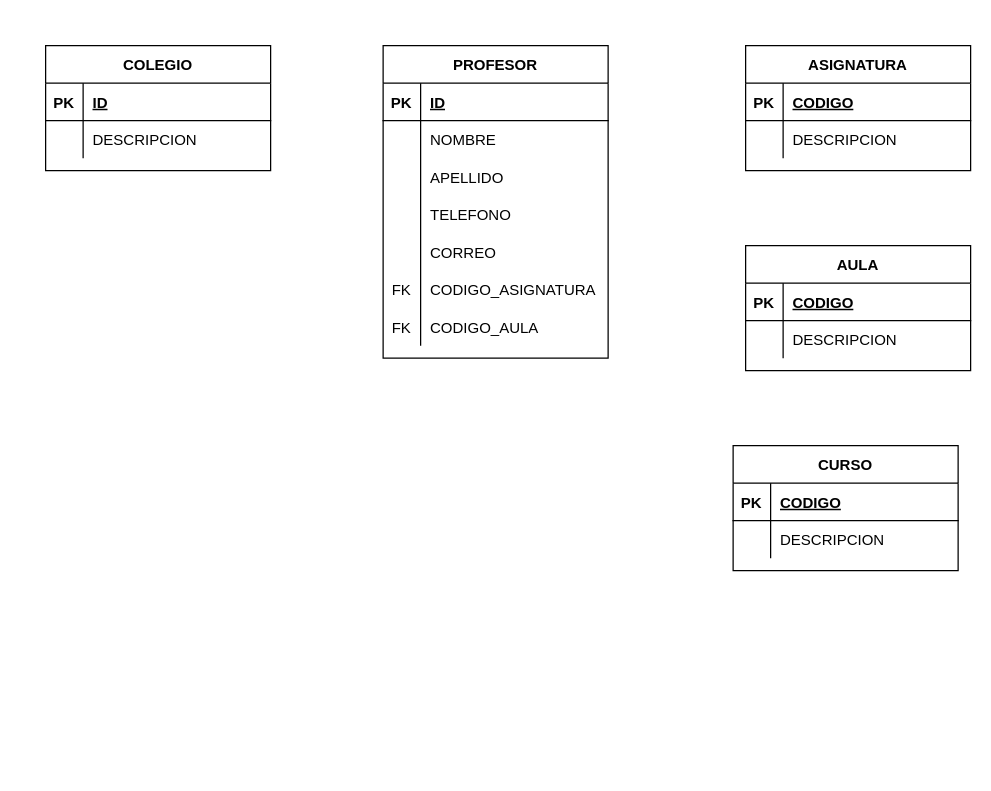
Before: prestamo.drawio in sebastian405/normalizacion, a draw.io diagram. Source tidied: cells renumbered, new cells numbered last; positions are measured from the earlier drawing's top-left corner, leaving out a move shared by most shapes. Both pictures are drawn from the tidied source at 125%, with x=0, y=0 at pixel (45, 45).
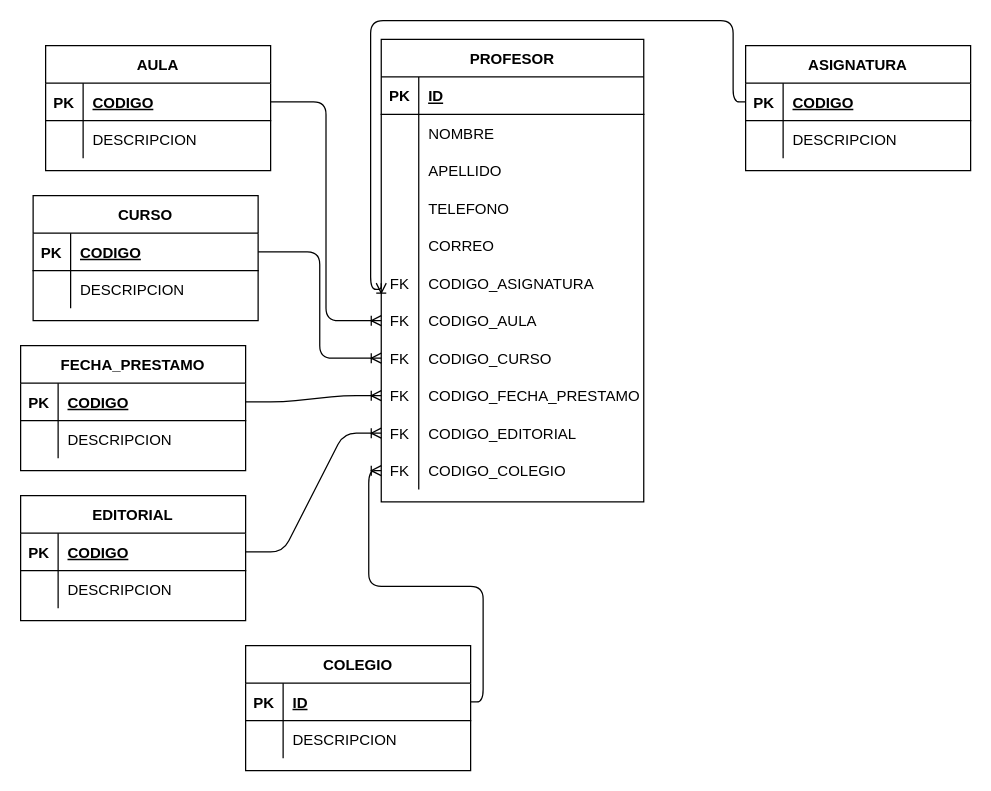
Above is the later version.

Commit message:
segundo guardado de relacion de prestamo de libros

Unchanged cells that the change refers to:
```xml
<mxCell id="3" style="shape=partialRectangle;fillColor=none;top=0;left=0;bottom=1;right=0;points=[[0,0.5],[1,0.5]];portConstraint=eastwest;" parent="2" vertex="1">
  <mxGeometry y="30" width="180" height="30" as="geometry" />
</mxCell>
<mxCell id="32" style="shape=partialRectangle;fillColor=none;top=0;left=0;bottom=1;right=0;points=[[0,0.5],[1,0.5]];portConstraint=eastwest;" parent="31" vertex="1">
  <mxGeometry y="30" width="180" height="30" as="geometry" />
</mxCell>
<mxCell id="39" style="shape=partialRectangle;fillColor=none;top=0;left=0;bottom=1;right=0;points=[[0,0.5],[1,0.5]];portConstraint=eastwest;" parent="38" vertex="1">
  <mxGeometry y="30" width="180" height="30" as="geometry" />
</mxCell>
<mxCell id="46" style="shape=partialRectangle;fillColor=none;top=0;left=0;bottom=1;right=0;points=[[0,0.5],[1,0.5]];portConstraint=eastwest;" parent="45" vertex="1">
  <mxGeometry y="30" width="180" height="30" as="geometry" />
</mxCell>
```

Change to the diagram source:
```diff
@@
     <mxCell id="2" value="COLEGIO" style="shape=table;startSize=30;childLayout=tableLayout;rowLines=0;fontStyle=1;align=center;" parent="1" vertex="1">
-      <mxGeometry width="180" height="100" as="geometry" />
+      <mxGeometry x="160" y="480" width="180" height="100" as="geometry" />
     </mxCell>
@@
     <mxCell id="9" value="PROFESOR" style="shape=table;startSize=30;childLayout=tableLayout;rowLines=0;fontStyle=1;align=center;" parent="1" vertex="1">
-      <mxGeometry x="270" width="180" height="250" as="geometry" />
+      <mxGeometry x="268.5" y="-5" width="210" height="370" as="geometry" />
     </mxCell>
     <mxCell id="10" style="shape=partialRectangle;fillColor=none;top=0;left=0;bottom=1;right=0;" parent="9" vertex="1">
-      <mxGeometry y="30" width="180" height="30" as="geometry" />
+      <mxGeometry y="30" width="210" height="30" as="geometry" />
     </mxCell>
@@
     <mxCell id="12" value="ID" style="shape=partialRectangle;fillColor=none;top=0;left=0;bottom=0;right=0;align=left;spacingLeft=6;fontStyle=5;overflow=hidden;" parent="10" vertex="1">
-      <mxGeometry x="30" width="150" height="30" as="geometry" />
+      <mxGeometry x="30" width="180" height="30" as="geometry" />
     </mxCell>
     <mxCell id="13" style="shape=partialRectangle;fillColor=none;top=0;left=0;bottom=0;right=0;" parent="9" vertex="1">
-      <mxGeometry y="60" width="180" height="30" as="geometry" />
+      <mxGeometry y="60" width="210" height="30" as="geometry" />
     </mxCell>
@@
     <mxCell id="15" value="NOMBRE" style="shape=partialRectangle;fillColor=none;top=0;left=0;bottom=0;right=0;align=left;spacingLeft=6;overflow=hidden;" parent="13" vertex="1">
-      <mxGeometry x="30" width="150" height="30" as="geometry" />
+      <mxGeometry x="30" width="180" height="30" as="geometry" />
     </mxCell>
     <mxCell id="16" style="shape=partialRectangle;fillColor=none;top=0;left=0;bottom=0;right=0;" parent="9" vertex="1">
-      <mxGeometry y="90" width="180" height="30" as="geometry" />
+      <mxGeometry y="90" width="210" height="30" as="geometry" />
     </mxCell>
@@
     <mxCell id="18" value="APELLIDO" style="shape=partialRectangle;fillColor=none;top=0;left=0;bottom=0;right=0;align=left;spacingLeft=6;overflow=hidden;" parent="16" vertex="1">
-      <mxGeometry x="30" width="150" height="30" as="geometry" />
+      <mxGeometry x="30" width="180" height="30" as="geometry" />
     </mxCell>
     <mxCell id="19" style="shape=partialRectangle;fillColor=none;top=0;left=0;bottom=0;right=0;" parent="9" vertex="1">
-      <mxGeometry y="120" width="180" height="30" as="geometry" />
+      <mxGeometry y="120" width="210" height="30" as="geometry" />
     </mxCell>
@@
     <mxCell id="21" value="TELEFONO" style="shape=partialRectangle;fillColor=none;top=0;left=0;bottom=0;right=0;align=left;spacingLeft=6;overflow=hidden;" parent="19" vertex="1">
-      <mxGeometry x="30" width="150" height="30" as="geometry" />
+      <mxGeometry x="30" width="180" height="30" as="geometry" />
     </mxCell>
     <mxCell id="22" style="shape=partialRectangle;fillColor=none;top=0;left=0;bottom=0;right=0;" parent="9" vertex="1">
-      <mxGeometry y="150" width="180" height="30" as="geometry" />
+      <mxGeometry y="150" width="210" height="30" as="geometry" />
     </mxCell>
@@
     <mxCell id="24" value="CORREO" style="shape=partialRectangle;fillColor=none;top=0;left=0;bottom=0;right=0;align=left;spacingLeft=6;overflow=hidden;" parent="22" vertex="1">
-      <mxGeometry x="30" width="150" height="30" as="geometry" />
+      <mxGeometry x="30" width="180" height="30" as="geometry" />
     </mxCell>
     <mxCell id="25" style="shape=partialRectangle;fillColor=none;top=0;left=0;bottom=0;right=0;points=[[0,0.5],[1,0.5]];portConstraint=eastwest;" parent="9" vertex="1">
-      <mxGeometry y="180" width="180" height="30" as="geometry" />
+      <mxGeometry y="180" width="210" height="30" as="geometry" />
     </mxCell>
@@
     <mxCell id="27" value="CODIGO_ASIGNATURA" style="shape=partialRectangle;fillColor=none;top=0;left=0;bottom=0;right=0;align=left;spacingLeft=6;overflow=hidden;" parent="25" vertex="1">
-      <mxGeometry x="30" width="150" height="30" as="geometry" />
+      <mxGeometry x="30" width="180" height="30" as="geometry" />
     </mxCell>
     <mxCell id="28" style="shape=partialRectangle;fillColor=none;top=0;left=0;bottom=0;right=0;points=[[0,0.5],[1,0.5]];portConstraint=eastwest;" parent="9" vertex="1">
-      <mxGeometry y="210" width="180" height="30" as="geometry" />
+      <mxGeometry y="210" width="210" height="30" as="geometry" />
     </mxCell>
@@
     <mxCell id="30" value="CODIGO_AULA" style="shape=partialRectangle;fillColor=none;top=0;left=0;bottom=0;right=0;align=left;spacingLeft=6;overflow=hidden;" parent="28" vertex="1">
-      <mxGeometry x="30" width="150" height="30" as="geometry" />
+      <mxGeometry x="30" width="180" height="30" as="geometry" />
     </mxCell>
+    <mxCell id="52" style="shape=partialRectangle;fillColor=none;top=0;left=0;bottom=0;right=0;points=[[0,0.5],[1,0.5]];portConstraint=eastwest;" parent="9" vertex="1">
+      <mxGeometry y="240" width="210" height="30" as="geometry" />
+    </mxCell>
+    <mxCell id="53" value="FK" style="shape=partialRectangle;fillColor=none;top=0;left=0;bottom=0;right=0;overflow=hidden;" parent="52" vertex="1">
+      <mxGeometry width="30" height="30" as="geometry" />
+    </mxCell>
+    <mxCell id="54" value="CODIGO_CURSO" style="shape=partialRectangle;fillColor=none;top=0;left=0;bottom=0;right=0;align=left;spacingLeft=6;overflow=hidden;" parent="52" vertex="1">
+      <mxGeometry x="30" width="180" height="30" as="geometry" />
+    </mxCell>
+    <mxCell id="55" style="shape=partialRectangle;fillColor=none;top=0;left=0;bottom=0;right=0;points=[[0,0.5],[1,0.5]];portConstraint=eastwest;" parent="9" vertex="1">
+      <mxGeometry y="270" width="210" height="30" as="geometry" />
+    </mxCell>
+    <mxCell id="56" value="FK" style="shape=partialRectangle;fillColor=none;top=0;left=0;bottom=0;right=0;overflow=hidden;" parent="55" vertex="1">
+      <mxGeometry width="30" height="30" as="geometry" />
+    </mxCell>
+    <mxCell id="57" value="CODIGO_FECHA_PRESTAMO" style="shape=partialRectangle;fillColor=none;top=0;left=0;bottom=0;right=0;align=left;spacingLeft=6;overflow=hidden;" parent="55" vertex="1">
+      <mxGeometry x="30" width="180" height="30" as="geometry" />
+    </mxCell>
+    <mxCell id="58" style="shape=partialRectangle;fillColor=none;top=0;left=0;bottom=0;right=0;points=[[0,0.5],[1,0.5]];portConstraint=eastwest;" parent="9" vertex="1">
+      <mxGeometry y="300" width="210" height="30" as="geometry" />
+    </mxCell>
+    <mxCell id="59" value="FK" style="shape=partialRectangle;fillColor=none;top=0;left=0;bottom=0;right=0;overflow=hidden;" parent="58" vertex="1">
+      <mxGeometry width="30" height="30" as="geometry" />
+    </mxCell>
+    <mxCell id="60" value="CODIGO_EDITORIAL" style="shape=partialRectangle;fillColor=none;top=0;left=0;bottom=0;right=0;align=left;spacingLeft=6;overflow=hidden;" parent="58" vertex="1">
+      <mxGeometry x="30" width="180" height="30" as="geometry" />
+    </mxCell>
+    <mxCell id="61" style="shape=partialRectangle;fillColor=none;top=0;left=0;bottom=0;right=0;points=[[0,0.5],[1,0.5]];portConstraint=eastwest;" parent="9" vertex="1">
+      <mxGeometry y="330" width="210" height="30" as="geometry" />
+    </mxCell>
+    <mxCell id="62" value="FK" style="shape=partialRectangle;fillColor=none;top=0;left=0;bottom=0;right=0;overflow=hidden;" parent="61" vertex="1">
+      <mxGeometry width="30" height="30" as="geometry" />
+    </mxCell>
+    <mxCell id="63" value="CODIGO_COLEGIO" style="shape=partialRectangle;fillColor=none;top=0;left=0;bottom=0;right=0;align=left;spacingLeft=6;overflow=hidden;" parent="61" vertex="1">
+      <mxGeometry x="30" width="180" height="30" as="geometry" />
+    </mxCell>
@@
     <mxCell id="38" value="AULA" style="shape=table;startSize=30;childLayout=tableLayout;rowLines=0;fontStyle=1;align=center;" parent="1" vertex="1">
-      <mxGeometry x="560" y="160" width="180" height="100" as="geometry" />
+      <mxGeometry width="180" height="100" as="geometry" />
     </mxCell>
@@
     <mxCell id="45" value="CURSO" style="shape=table;startSize=30;childLayout=tableLayout;rowLines=0;fontStyle=1;align=center;" parent="1" vertex="1">
-      <mxGeometry x="550" y="320" width="180" height="100" as="geometry" />
+      <mxGeometry x="-10" y="120" width="180" height="100" as="geometry" />
     </mxCell>
@@
+    <mxCell id="64" value="EDITORIAL" style="shape=table;startSize=30;childLayout=tableLayout;rowLines=0;fontStyle=1;align=center;" parent="1" vertex="1">
+      <mxGeometry x="-20" y="360" width="180" height="100" as="geometry" />
+    </mxCell>
+    <mxCell id="65" style="shape=partialRectangle;fillColor=none;top=0;left=0;bottom=1;right=0;points=[[0,0.5],[1,0.5]];portConstraint=eastwest;" parent="64" vertex="1">
+      <mxGeometry y="30" width="180" height="30" as="geometry" />
+    </mxCell>
+    <mxCell id="66" value="PK" style="shape=partialRectangle;fillColor=none;top=0;left=0;bottom=0;right=0;fontStyle=1;overflow=hidden;" parent="65" vertex="1">
+      <mxGeometry width="30" height="30" as="geometry" />
+    </mxCell>
+    <mxCell id="67" value="CODIGO" style="shape=partialRectangle;fillColor=none;top=0;left=0;bottom=0;right=0;align=left;spacingLeft=6;fontStyle=5;overflow=hidden;" parent="65" vertex="1">
+      <mxGeometry x="30" width="150" height="30" as="geometry" />
+    </mxCell>
+    <mxCell id="68" style="shape=partialRectangle;fillColor=none;top=0;left=0;bottom=0;right=0;" parent="64" vertex="1">
+      <mxGeometry y="60" width="180" height="30" as="geometry" />
+    </mxCell>
+    <mxCell id="69" style="shape=partialRectangle;fillColor=none;top=0;left=0;bottom=0;right=0;overflow=hidden;" parent="68" vertex="1">
+      <mxGeometry width="30" height="30" as="geometry" />
+    </mxCell>
+    <mxCell id="70" value="DESCRIPCION" style="shape=partialRectangle;fillColor=none;top=0;left=0;bottom=0;right=0;align=left;spacingLeft=6;overflow=hidden;" parent="68" vertex="1">
+      <mxGeometry x="30" width="150" height="30" as="geometry" />
+    </mxCell>
+    <mxCell id="71" value="FECHA_PRESTAMO" style="shape=table;startSize=30;childLayout=tableLayout;rowLines=0;fontStyle=1;align=center;" parent="1" vertex="1">
+      <mxGeometry x="-20" y="240" width="180" height="100" as="geometry" />
+    </mxCell>
+    <mxCell id="72" style="shape=partialRectangle;fillColor=none;top=0;left=0;bottom=1;right=0;points=[[0,0.5],[1,0.5]];portConstraint=eastwest;" parent="71" vertex="1">
+      <mxGeometry y="30" width="180" height="30" as="geometry" />
+    </mxCell>
+    <mxCell id="73" value="PK" style="shape=partialRectangle;fillColor=none;top=0;left=0;bottom=0;right=0;fontStyle=1;overflow=hidden;" parent="72" vertex="1">
+      <mxGeometry width="30" height="30" as="geometry" />
+    </mxCell>
+    <mxCell id="74" value="CODIGO" style="shape=partialRectangle;fillColor=none;top=0;left=0;bottom=0;right=0;align=left;spacingLeft=6;fontStyle=5;overflow=hidden;" parent="72" vertex="1">
+      <mxGeometry x="30" width="150" height="30" as="geometry" />
+    </mxCell>
+    <mxCell id="75" style="shape=partialRectangle;fillColor=none;top=0;left=0;bottom=0;right=0;" parent="71" vertex="1">
+      <mxGeometry y="60" width="180" height="30" as="geometry" />
+    </mxCell>
+    <mxCell id="76" style="shape=partialRectangle;fillColor=none;top=0;left=0;bottom=0;right=0;overflow=hidden;" parent="75" vertex="1">
+      <mxGeometry width="30" height="30" as="geometry" />
+    </mxCell>
+    <mxCell id="77" value="DESCRIPCION" style="shape=partialRectangle;fillColor=none;top=0;left=0;bottom=0;right=0;align=left;spacingLeft=6;overflow=hidden;" parent="75" vertex="1">
+      <mxGeometry x="30" width="150" height="30" as="geometry" />
+    </mxCell>
+    <mxCell id="78" style="edgeStyle=orthogonalEdgeStyle;fontSize=12;html=1;endArrow=ERoneToMany;entryX=0;entryY=0.5;entryDx=0;entryDy=0;exitX=0;exitY=0.5;exitDx=0;exitDy=0;" parent="1" edge="1" source="32" target="25">
+      <mxGeometry relative="1" as="geometry">
+        <Array as="points">
+          <mxPoint x="550" y="45" />
+          <mxPoint x="550" y="-20" />
+          <mxPoint x="260" y="-20" />
+          <mxPoint x="260" y="195" />
+        </Array>
+      </mxGeometry>
+    </mxCell>
+    <mxCell id="79" style="edgeStyle=orthogonalEdgeStyle;fontSize=12;html=1;endArrow=ERoneToMany;exitX=1;exitY=0.5;exitDx=0;exitDy=0;entryX=0;entryY=0.5;entryDx=0;entryDy=0;" parent="1" edge="1" source="39" target="28">
+      <mxGeometry relative="1" as="geometry" />
+    </mxCell>
+    <mxCell id="80" style="edgeStyle=entityRelationEdgeStyle;fontSize=12;html=1;endArrow=ERoneToMany;entryX=0;entryY=0.5;entryDx=0;entryDy=0;exitX=1;exitY=0.5;exitDx=0;exitDy=0;" parent="1" edge="1" source="72" target="55">
+      <mxGeometry relative="1" as="geometry" />
+    </mxCell>
+    <mxCell id="81" style="edgeStyle=orthogonalEdgeStyle;fontSize=12;html=1;endArrow=ERoneToMany;entryX=0;entryY=0.5;entryDx=0;entryDy=0;exitX=1;exitY=0.5;exitDx=0;exitDy=0;" parent="1" edge="1" source="46" target="52">
+      <mxGeometry relative="1" as="geometry" />
+    </mxCell>
+    <mxCell id="82" style="edgeStyle=entityRelationEdgeStyle;fontSize=12;html=1;endArrow=ERoneToMany;entryX=0;entryY=0.5;entryDx=0;entryDy=0;exitX=1;exitY=0.5;exitDx=0;exitDy=0;" parent="1" edge="1" source="65" target="58">
+      <mxGeometry relative="1" as="geometry" />
+    </mxCell>
+    <mxCell id="83" style="edgeStyle=orthogonalEdgeStyle;fontSize=12;html=1;endArrow=ERoneToMany;entryX=0;entryY=0.5;entryDx=0;entryDy=0;" parent="1" edge="1" source="3" target="61">
+      <mxGeometry relative="1" as="geometry" />
+    </mxCell>
```
